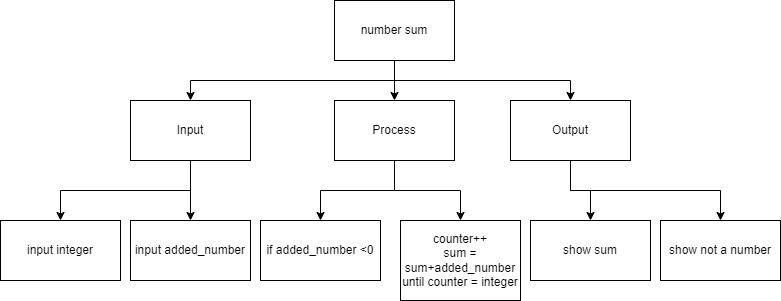
Earlier version of the draw.io export plan.png (devin-jhu/ICS3U-Unit4-06-Python). Source tidied: cells renumbered, new cells last; positions are measured from the earlier drawing's top-left corner, leaving out a move shared by most shapes.
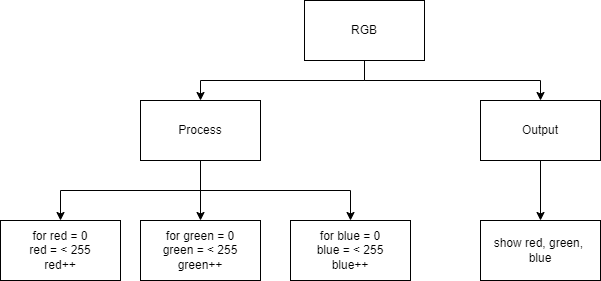
The same file after the commit.

Change to the diagram source:
```diff
@@ -5,61 +5,41 @@
     <mxCell id="2" style="edgeStyle=orthogonalEdgeStyle;rounded=0;html=1;exitX=0.5;exitY=1;exitDx=0;exitDy=0;entryX=0.5;entryY=0;entryDx=0;entryDy=0;" parent="1" edge="1" source="5" target="11">
       <mxGeometry relative="1" as="geometry" />
     </mxCell>
-    <mxCell id="3" style="edgeStyle=orthogonalEdgeStyle;rounded=0;html=1;exitX=0.5;exitY=1;exitDx=0;exitDy=0;entryX=0.5;entryY=0;entryDx=0;entryDy=0;" parent="1" edge="1" source="5" target="8">
-      <mxGeometry relative="1" as="geometry" />
-    </mxCell>
     <mxCell id="4" style="edgeStyle=orthogonalEdgeStyle;rounded=0;html=1;exitX=0.5;exitY=1;exitDx=0;exitDy=0;" parent="1" edge="1" source="5" target="14">
       <mxGeometry relative="1" as="geometry" />
     </mxCell>
-    <mxCell id="5" value="number sum" style="rounded=0;whiteSpace=wrap;html=1;" parent="1" vertex="1">
+    <mxCell id="5" value="RGB" style="rounded=0;whiteSpace=wrap;html=1;" parent="1" vertex="1">
       <mxGeometry x="334" width="120" height="60" as="geometry" />
     </mxCell>
-    <mxCell id="6" style="edgeStyle=orthogonalEdgeStyle;rounded=0;html=1;exitX=0.5;exitY=1;exitDx=0;exitDy=0;entryX=0.5;entryY=0;entryDx=0;entryDy=0;" parent="1" edge="1" source="8">
-      <mxGeometry relative="1" as="geometry">
-        <mxPoint x="190" y="220" as="targetPoint" />
-      </mxGeometry>
-    </mxCell>
-    <mxCell id="7" style="edgeStyle=orthogonalEdgeStyle;rounded=0;html=1;exitX=0.5;exitY=1;exitDx=0;exitDy=0;" parent="1" edge="1" source="8" target="17">
-      <mxGeometry relative="1" as="geometry" />
-    </mxCell>
-    <mxCell id="8" value="Input" style="rounded=0;whiteSpace=wrap;html=1;" parent="1" vertex="1">
-      <mxGeometry x="130" y="100" width="120" height="60" as="geometry" />
-    </mxCell>
-    <mxCell id="9" style="edgeStyle=orthogonalEdgeStyle;html=1;exitX=0.5;exitY=1;exitDx=0;exitDy=0;rounded=0;" parent="1" edge="1" source="11" target="15">
+    <mxCell id="9" style="edgeStyle=orthogonalEdgeStyle;html=1;exitX=0.5;exitY=1;exitDx=0;exitDy=0;rounded=0;entryX=0.5;entryY=0;entryDx=0;entryDy=0;" parent="1" edge="1" source="11" target="23">
       <mxGeometry relative="1" as="geometry" />
     </mxCell>
     <mxCell id="10" style="edgeStyle=orthogonalEdgeStyle;shape=connector;rounded=0;html=1;exitX=0.5;exitY=1;exitDx=0;exitDy=0;entryX=0.5;entryY=0;entryDx=0;entryDy=0;labelBackgroundColor=default;fontFamily=Helvetica;fontSize=11;fontColor=default;endArrow=classic;strokeColor=default;" parent="1" edge="1" source="11" target="20">
       <mxGeometry relative="1" as="geometry" />
     </mxCell>
+    <mxCell id="21" style="edgeStyle=none;html=1;exitX=0.5;exitY=1;exitDx=0;exitDy=0;" parent="1" edge="1" source="11" target="22">
+      <mxGeometry relative="1" as="geometry" />
+    </mxCell>
     <mxCell id="11" value="Process" style="rounded=0;whiteSpace=wrap;html=1;" parent="1" vertex="1">
-      <mxGeometry x="334" y="100" width="120" height="60" as="geometry" />
+      <mxGeometry x="170" y="100" width="120" height="60" as="geometry" />
     </mxCell>
     <mxCell id="12" style="edgeStyle=orthogonalEdgeStyle;html=1;exitX=0.5;exitY=1;exitDx=0;exitDy=0;rounded=0;" parent="1" edge="1" source="14" target="16">
       <mxGeometry relative="1" as="geometry" />
     </mxCell>
-    <mxCell id="13" style="edgeStyle=orthogonalEdgeStyle;html=1;exitX=0.5;exitY=1;exitDx=0;exitDy=0;entryX=0.5;entryY=0;entryDx=0;entryDy=0;rounded=0;" parent="1" edge="1" source="14" target="18">
-      <mxGeometry relative="1" as="geometry" />
-    </mxCell>
     <mxCell id="14" value="Output" style="rounded=0;whiteSpace=wrap;html=1;" parent="1" vertex="1">
       <mxGeometry x="510" y="100" width="120" height="60" as="geometry" />
     </mxCell>
-    <mxCell id="15" value="counter++&lt;br&gt;sum = sum+added_number&lt;br&gt;until counter = integer" style="rounded=0;whiteSpace=wrap;html=1;" parent="1" vertex="1">
-      <mxGeometry x="400" y="220" width="120" height="80" as="geometry" />
-    </mxCell>
-    <mxCell id="16" value="show sum" style="rounded=0;whiteSpace=wrap;html=1;" parent="1" vertex="1">
-      <mxGeometry x="530" y="220" width="120" height="60" as="geometry" />
+    <mxCell id="16" value="show red, green,&amp;nbsp; blue" style="rounded=0;whiteSpace=wrap;html=1;" parent="1" vertex="1">
+      <mxGeometry x="510" y="220" width="120" height="60" as="geometry" />
     </mxCell>
-    <mxCell id="17" value="input integer" style="rounded=0;whiteSpace=wrap;html=1;" parent="1" vertex="1">
-      <mxGeometry y="220" width="120" height="60" as="geometry" />
-    </mxCell>
-    <mxCell id="18" value="show not a number" style="rounded=0;whiteSpace=wrap;html=1;" parent="1" vertex="1">
-      <mxGeometry x="660" y="220" width="120" height="60" as="geometry" />
-    </mxCell>
-    <mxCell id="19" value="input added_number" style="rounded=0;whiteSpace=wrap;html=1;" parent="1" vertex="1">
-      <mxGeometry x="130" y="220" width="120" height="60" as="geometry" />
-    </mxCell>
-    <mxCell id="20" value="if added_number &amp;lt;0" style="rounded=0;whiteSpace=wrap;html=1;" parent="1" vertex="1">
-      <mxGeometry x="260" y="220" width="120" height="60" as="geometry" />
+    <mxCell id="20" value="for red = 0&lt;br&gt;red = &amp;lt; 255&lt;br&gt;red++" style="rounded=0;whiteSpace=wrap;html=1;" parent="1" vertex="1">
+      <mxGeometry x="30" y="220" width="120" height="60" as="geometry" />
     </mxCell>
+    <mxCell id="22" value="for green = 0&lt;br&gt;green = &amp;lt; 255&lt;br&gt;green++" style="rounded=0;whiteSpace=wrap;html=1;" parent="1" vertex="1">
+      <mxGeometry x="170" y="220" width="120" height="60" as="geometry" />
+    </mxCell>
+    <mxCell id="23" value="for blue = 0&lt;br&gt;blue = &amp;lt; 255&lt;br&gt;blue++" style="rounded=0;whiteSpace=wrap;html=1;" parent="1" vertex="1">
+      <mxGeometry x="320" y="220" width="120" height="60" as="geometry" />
+    </mxCell>
   </root>
 </mxGraphModel>
```
